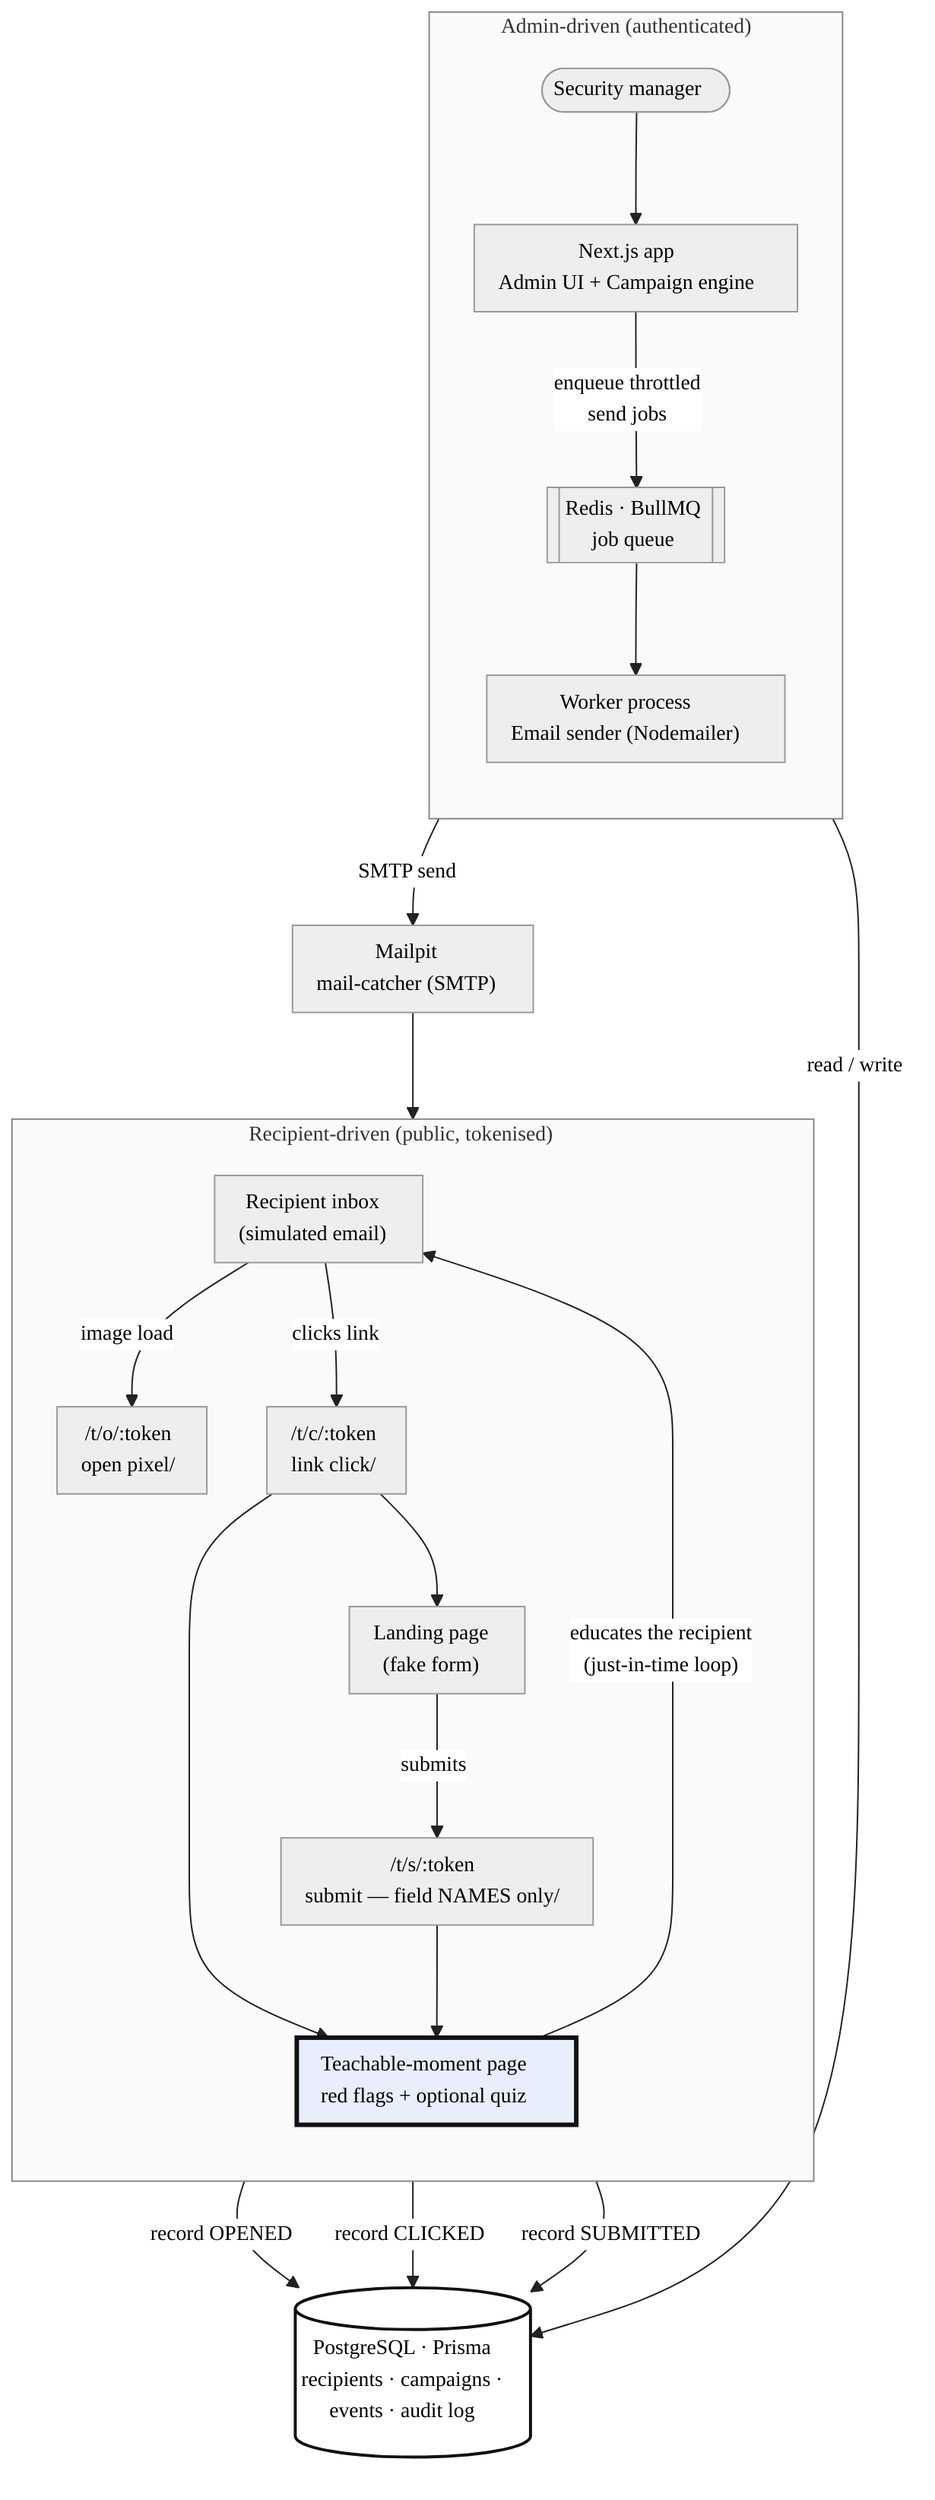
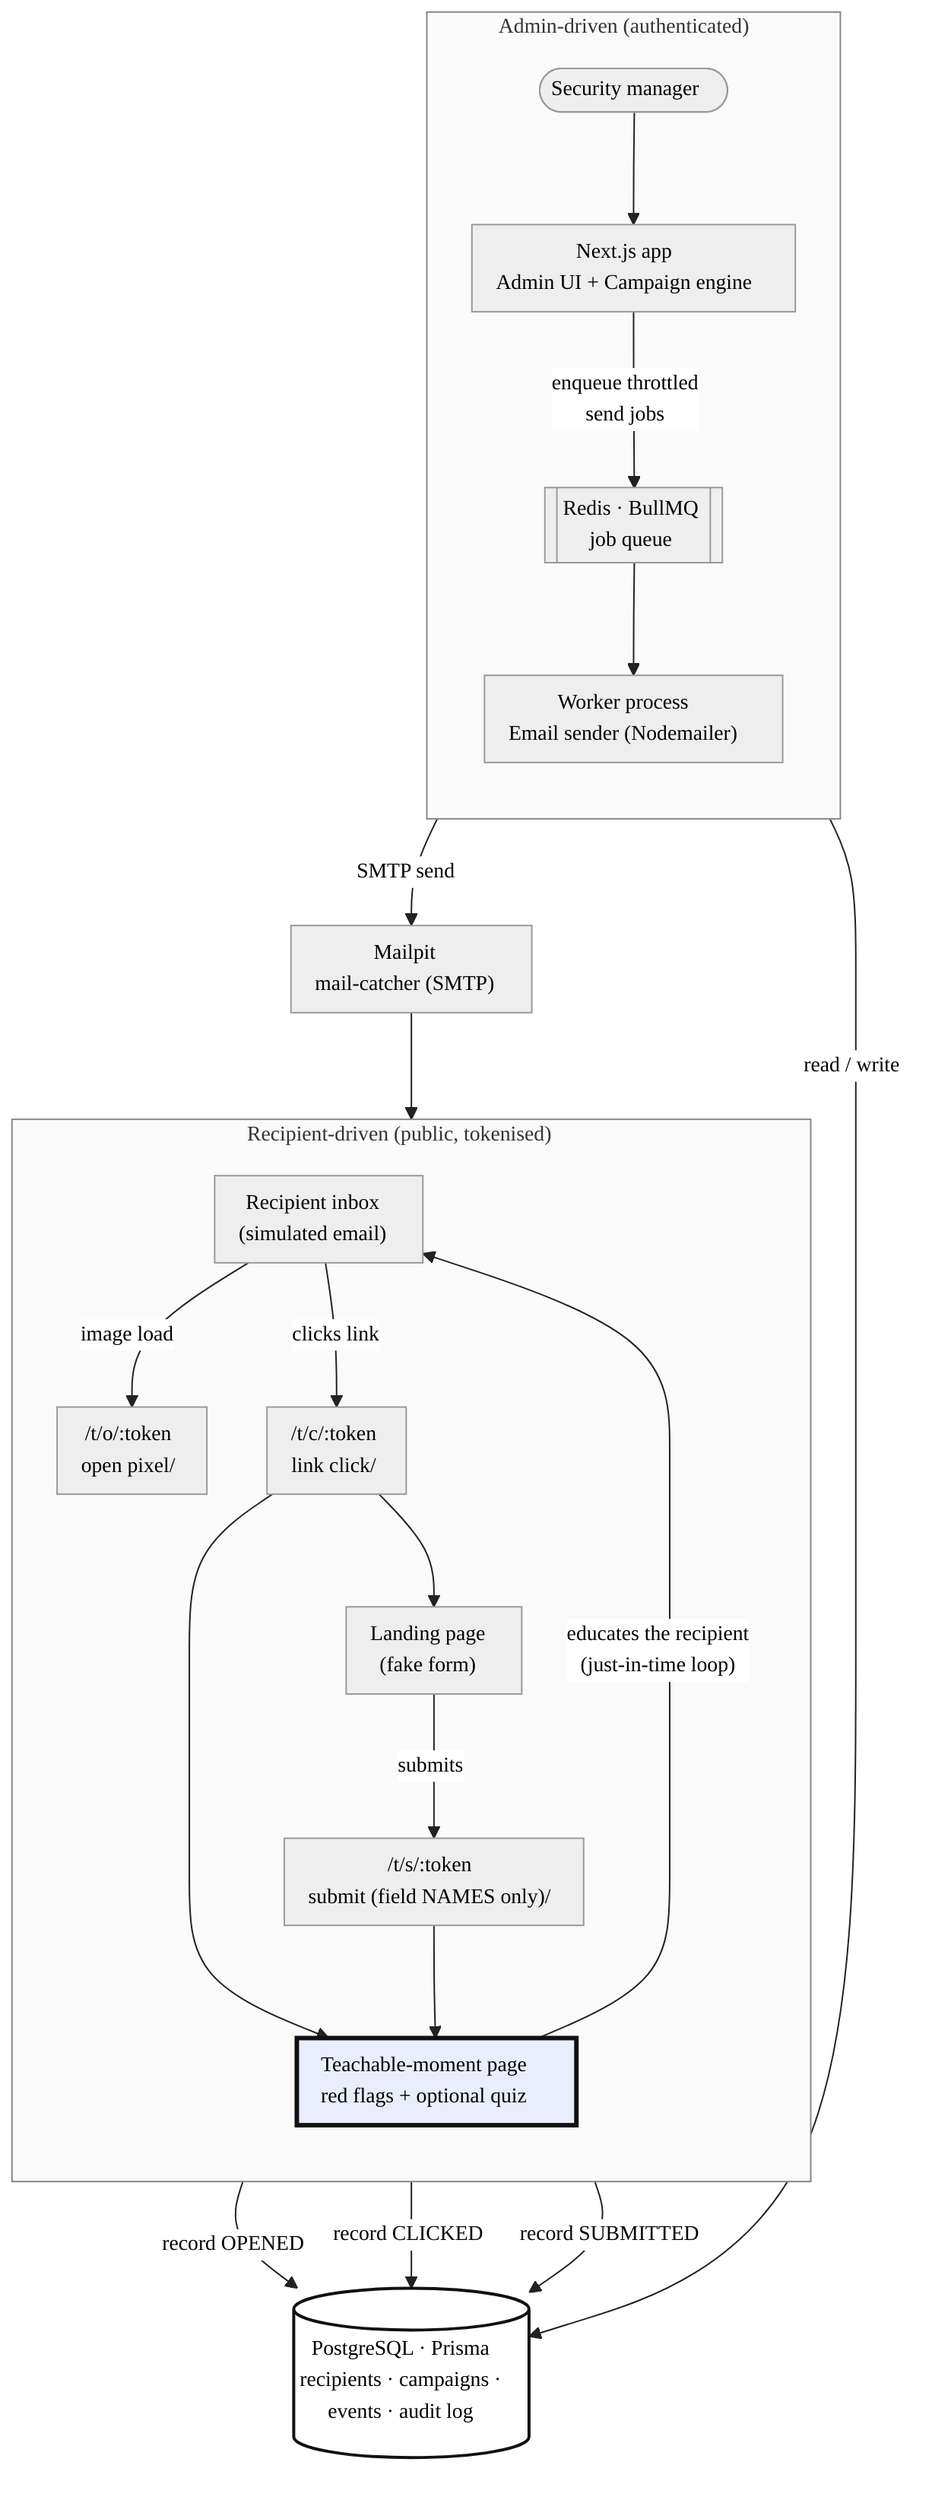
%%{init: {"theme":"neutral","themeVariables":{"fontFamily":"Helvetica, Arial, sans-serif","fontSize":"14px","lineColor":"#222","primaryColor":"#f2f2f2","primaryBorderColor":"#222","primaryTextColor":"#111","clusterBkg":"#fafafa","clusterBorder":"#888"},"flowchart":{"curve":"basis","nodeSpacing":40,"rankSpacing":50,"padding":8}}}%%
flowchart TB
-     %% Figure 4 — System concept / architecture (reflects the Phase 1 implementation)
+     %% Figure 4: System concept / architecture (reflects the Phase 1 implementation)
    %% Left band = admin-driven configuration & sending.
    %% Right band = recipient-driven tracking + just-in-time learning loop.

    subgraph ADMIN_SIDE["Admin-driven (authenticated)"]
        direction TB
        ADM(["Security manager"])
        APP["Next.js app<br/>Admin UI + Campaign engine"]
        Q[["Redis · BullMQ<br/>job queue"]]
        WK["Worker process<br/>Email sender (Nodemailer)"]
        ADM --> APP
        APP -- "enqueue throttled<br/>send jobs" --> Q
        Q --> WK
    end

    DB[("PostgreSQL · Prisma<br/>recipients · campaigns ·<br/>events · audit log")]
    MP["Mailpit<br/>mail-catcher (SMTP)"]

    APP -- "read / write" --> DB
    WK -- "SMTP send" --> MP

    subgraph RECIP_SIDE["Recipient-driven (public, tokenised)"]
        direction TB
        INBOX["Recipient inbox<br/>(simulated email)"]
        PX["/t/o/:token<br/>open pixel/"]
        CLK["/t/c/:token<br/>link click/"]
        LP["Landing page<br/>(fake form)"]
-         SUB["/t/s/:token<br/>submit — field NAMES only/"]
+         SUB["/t/s/:token<br/>submit (field NAMES only)/"]
        TEACH["Teachable-moment page<br/>red flags + optional quiz"]
    end

    MP --> INBOX
    INBOX -- "image load" --> PX
    INBOX -- "clicks link" --> CLK
    CLK --> LP
    LP -- "submits" --> SUB

    %% every tracked interaction is recorded once (idempotent)
    PX -- "record OPENED" --> DB
    CLK -- "record CLICKED" --> DB
    SUB -- "record SUBMITTED" --> DB

    %% just-in-time learning loop: never a dead end
    CLK --> TEACH
    SUB --> TEACH
    TEACH -- "educates the recipient<br/>(just-in-time loop)" --> INBOX

    style TEACH fill:#e9eefc,stroke:#111,stroke-width:3px;
    style DB fill:#ffffff,stroke:#111,stroke-width:2px;
